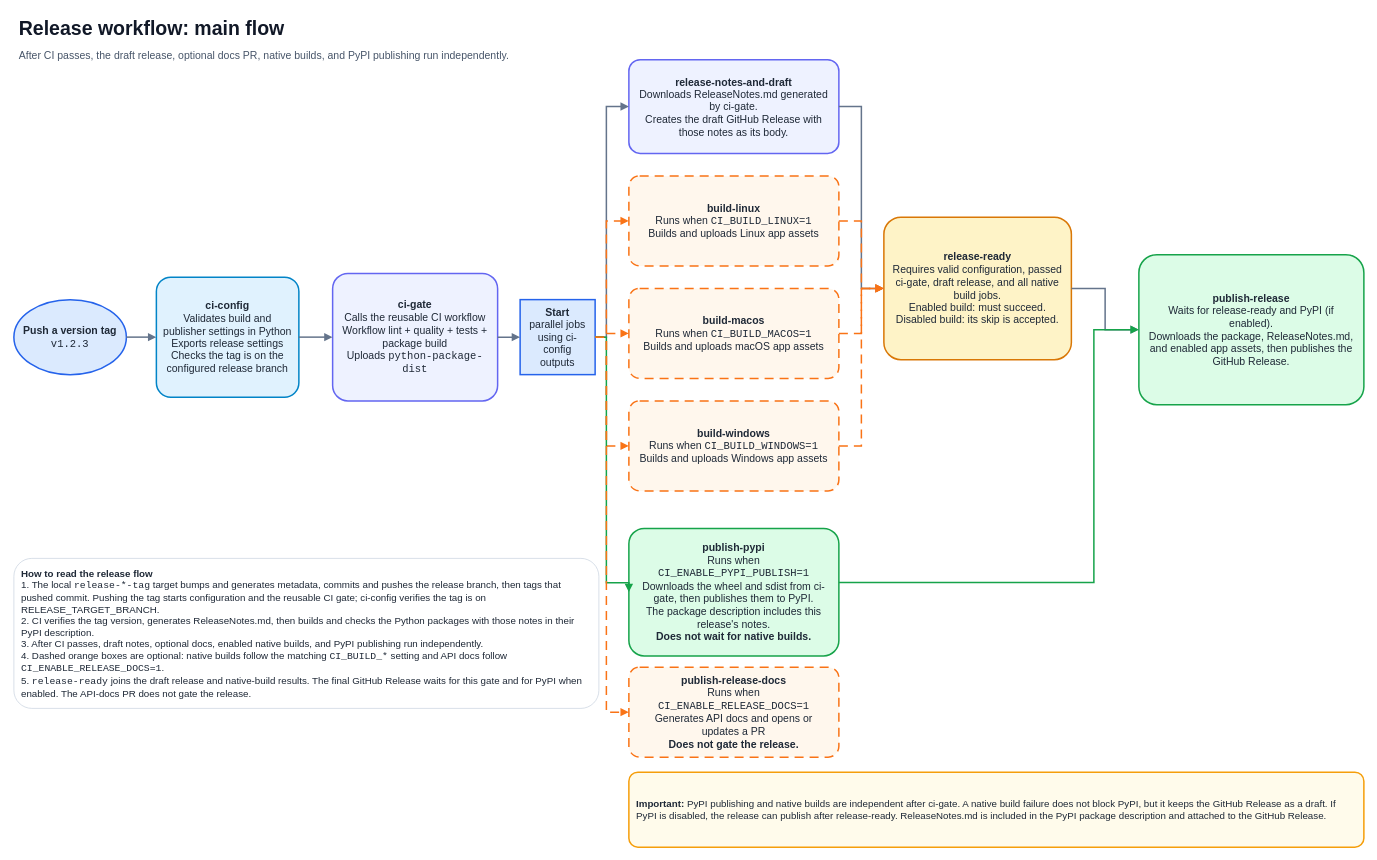
The draw.io diagram page "2 · Release flow" (2 of 4) of docs/ci-workflows.drawio in GaaabLiz/Python-ci-make-template, before the edit. Source tidied: cells renumbered, new cells numbered last; positions are measured from the earlier drawing's top-left corner, leaving out a move shared by most shapes. Both pictures are drawn from the tidied source at 75%, with x=0, y=0 at pixel (14, 13).
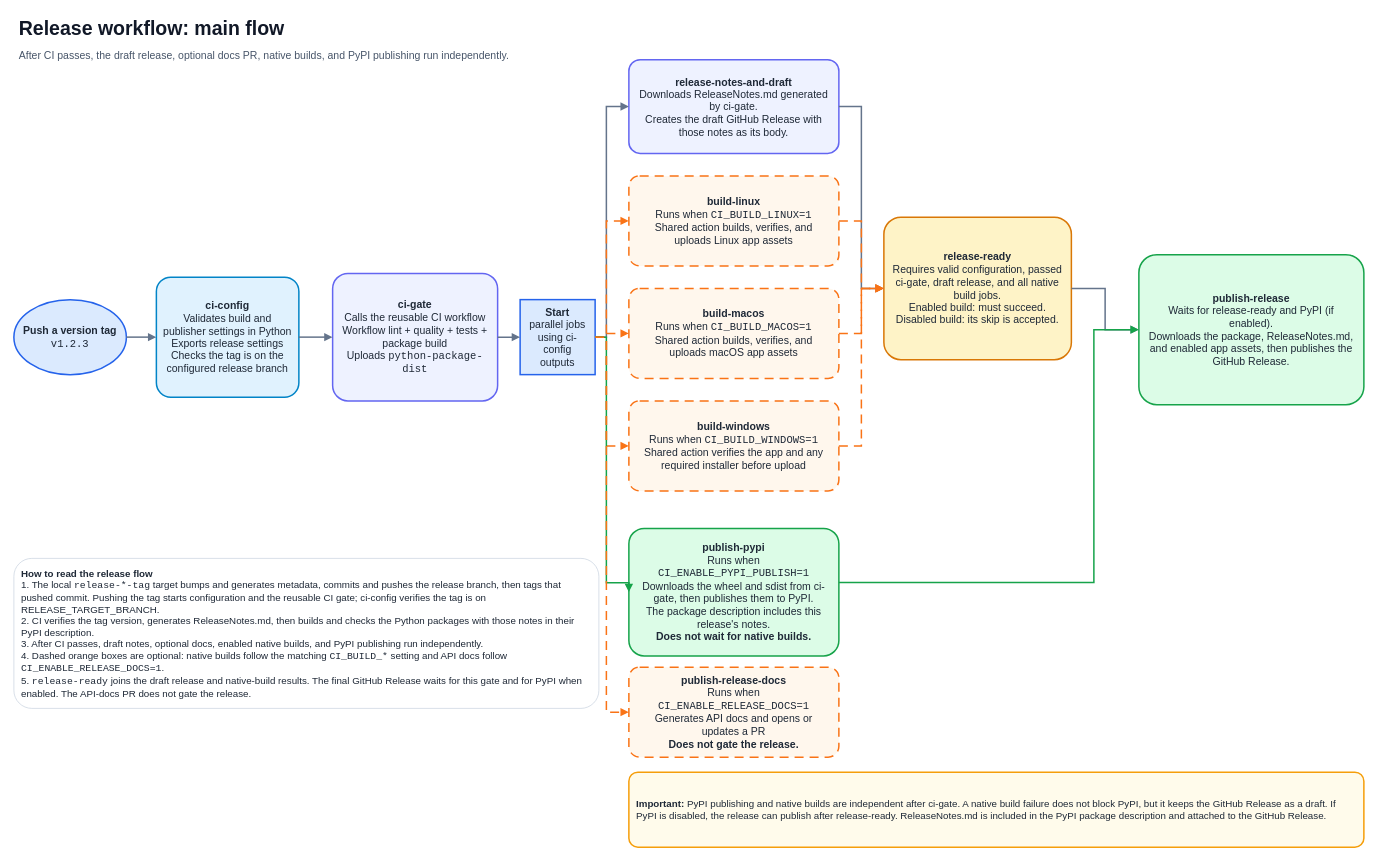
Above is the later version.

Commit message (it also covers changes not shown here):
fix(release): verify and reuse native build artifacts

Diff of the diagram source:
```diff
@@
-    <mxCell id="9" value="&lt;b&gt;build-linux&lt;/b&gt;&lt;br&gt;Runs when &lt;code&gt;CI_BUILD_LINUX=1&lt;/code&gt;&lt;br&gt;Builds and uploads Linux app assets" style="rounded=1;whiteSpace=wrap;html=1;align=center;verticalAlign=middle;fontFamily=Helvetica;fontSize=14;fontColor=#1f2937;spacing=10;fillColor=#fff7ed;strokeColor=#f97316;strokeWidth=2;arcSize=12;dashed=1;dashPattern=6 4;" parent="1" vertex="1">
+    <mxCell id="9" value="&lt;b&gt;build-linux&lt;/b&gt;&lt;br&gt;Runs when &lt;code&gt;CI_BUILD_LINUX=1&lt;/code&gt;&lt;br&gt;Shared action builds, verifies, and uploads Linux app assets" style="rounded=1;whiteSpace=wrap;html=1;align=center;verticalAlign=middle;fontFamily=Helvetica;fontSize=14;fontColor=#1f2937;spacing=10;fillColor=#fff7ed;strokeColor=#f97316;strokeWidth=2;arcSize=12;dashed=1;dashPattern=6 4;" parent="1" vertex="1">
       <mxGeometry x="820" y="217" width="280" height="120" as="geometry" />
     </mxCell>
-    <mxCell id="10" value="&lt;b&gt;build-macos&lt;/b&gt;&lt;br&gt;Runs when &lt;code&gt;CI_BUILD_MACOS=1&lt;/code&gt;&lt;br&gt;Builds and uploads macOS app assets" style="rounded=1;whiteSpace=wrap;html=1;align=center;verticalAlign=middle;fontFamily=Helvetica;fontSize=14;fontColor=#1f2937;spacing=10;fillColor=#fff7ed;strokeColor=#f97316;strokeWidth=2;arcSize=12;dashed=1;dashPattern=6 4;" parent="1" vertex="1">
+    <mxCell id="10" value="&lt;b&gt;build-macos&lt;/b&gt;&lt;br&gt;Runs when &lt;code&gt;CI_BUILD_MACOS=1&lt;/code&gt;&lt;br&gt;Shared action builds, verifies, and uploads macOS app assets" style="rounded=1;whiteSpace=wrap;html=1;align=center;verticalAlign=middle;fontFamily=Helvetica;fontSize=14;fontColor=#1f2937;spacing=10;fillColor=#fff7ed;strokeColor=#f97316;strokeWidth=2;arcSize=12;dashed=1;dashPattern=6 4;" parent="1" vertex="1">
       <mxGeometry x="820" y="367" width="280" height="120" as="geometry" />
     </mxCell>
-    <mxCell id="11" value="&lt;b&gt;build-windows&lt;/b&gt;&lt;br&gt;Runs when &lt;code&gt;CI_BUILD_WINDOWS=1&lt;/code&gt;&lt;br&gt;Builds and uploads Windows app assets" style="rounded=1;whiteSpace=wrap;html=1;align=center;verticalAlign=middle;fontFamily=Helvetica;fontSize=14;fontColor=#1f2937;spacing=10;fillColor=#fff7ed;strokeColor=#f97316;strokeWidth=2;arcSize=12;dashed=1;dashPattern=6 4;" parent="1" vertex="1">
+    <mxCell id="11" value="&lt;b&gt;build-windows&lt;/b&gt;&lt;br&gt;Runs when &lt;code&gt;CI_BUILD_WINDOWS=1&lt;/code&gt;&lt;br&gt;Shared action verifies the app and any required installer before upload" style="rounded=1;whiteSpace=wrap;html=1;align=center;verticalAlign=middle;fontFamily=Helvetica;fontSize=14;fontColor=#1f2937;spacing=10;fillColor=#fff7ed;strokeColor=#f97316;strokeWidth=2;arcSize=12;dashed=1;dashPattern=6 4;" parent="1" vertex="1">
       <mxGeometry x="820" y="517" width="280" height="120" as="geometry" />
     </mxCell>
```
